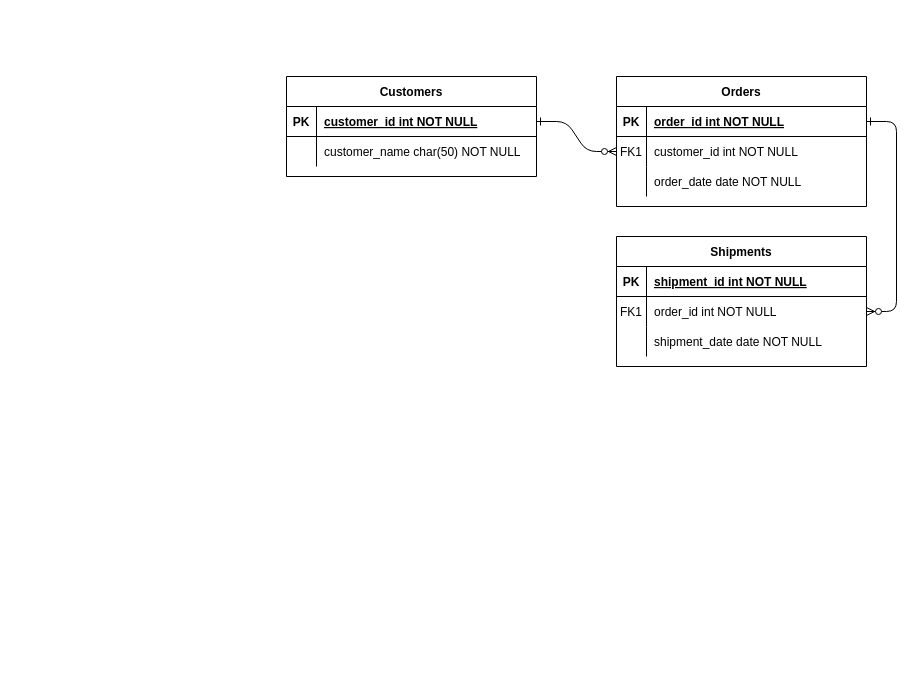
The draw.io diagram SQL入門総合問題.drawio in hie3-336/ER-draw.io, before the edit. Source tidied: cells renumbered, new cells numbered last; positions are measured from the earlier drawing's top-left corner, leaving out a move shared by most shapes. Both pictures are drawn from the tidied source at 100%, with x=0, y=0 at pixel (286, 76).
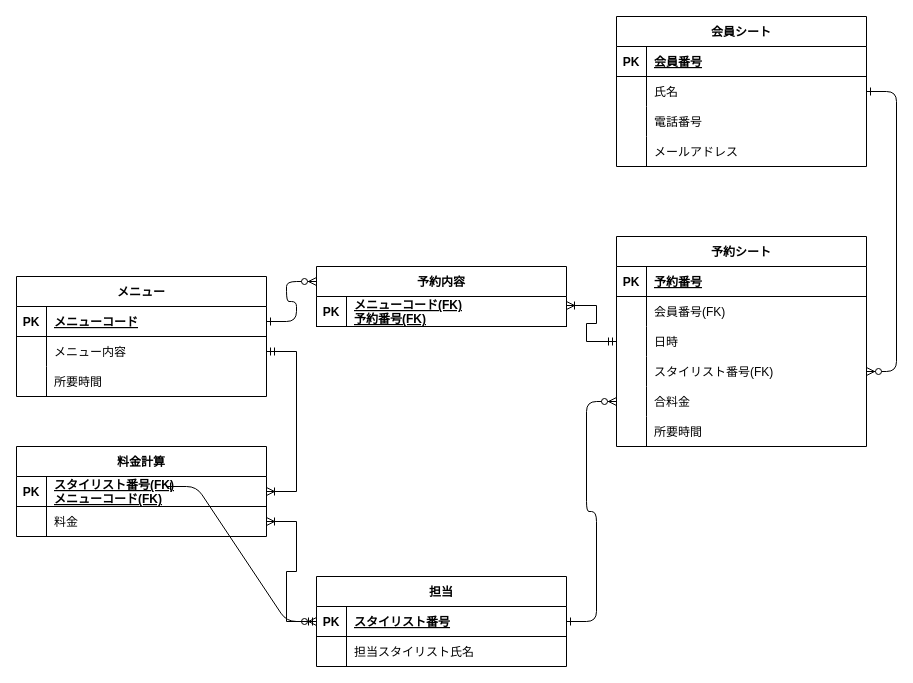
The same page after the edit.

Commit message:
SQL入門総合問題.drawio を更新します

Unchanged cells that the change refers to:
```xml
<mxCell id="5" style="shape=partialRectangle;fillColor=none;points=[[0,0.5],[1,0.5]];portConstraint=eastwest;top=0;left=0;right=0;bottom=1;" parent="4" vertex="1">
  <mxGeometry y="30" width="250" height="30" as="geometry" />
</mxCell>
<mxCell id="8" style="shape=partialRectangle;fillColor=none;points=[[0,0.5],[1,0.5]];portConstraint=eastwest;top=0;left=0;right=0;bottom=0;" parent="4" vertex="1">
  <mxGeometry y="60" width="250" height="30" as="geometry" />
</mxCell>
<mxCell id="11" style="shape=partialRectangle;fillColor=none;top=0;left=0;right=0;bottom=0;" parent="4" vertex="1">
  <mxGeometry y="90" width="250" height="30" as="geometry" />
</mxCell>
<mxCell id="15" style="shape=partialRectangle;fillColor=none;top=0;left=0;right=0;bottom=1;" parent="14" vertex="1">
  <mxGeometry y="30" width="250" height="30" as="geometry" />
</mxCell>
<mxCell id="18" style="shape=partialRectangle;fillColor=none;points=[[0,0.5],[1,0.5]];portConstraint=eastwest;top=0;left=0;right=0;bottom=0;" parent="14" vertex="1">
  <mxGeometry y="60" width="250" height="30" as="geometry" />
</mxCell>
<mxCell id="25" style="shape=partialRectangle;fillColor=none;points=[[0,0.5],[1,0.5]];portConstraint=eastwest;top=0;left=0;right=0;bottom=1;" parent="24" vertex="1">
  <mxGeometry y="30" width="250" height="30" as="geometry" />
</mxCell>
<mxCell id="28" style="shape=partialRectangle;fillColor=none;top=0;left=0;right=0;bottom=0;" parent="24" vertex="1">
  <mxGeometry y="60" width="250" height="30" as="geometry" />
</mxCell>
```

Change to the diagram source:
```diff
@@
-    <mxCell id="2" style="edgeStyle=entityRelationEdgeStyle;endArrow=ERzeroToMany;startArrow=ERone;endFill=1;startFill=0;" parent="1" edge="1" source="25" target="8">
-      <mxGeometry relative="1" as="geometry" />
-    </mxCell>
-    <mxCell id="3" style="edgeStyle=entityRelationEdgeStyle;endArrow=ERzeroToMany;startArrow=ERone;endFill=1;startFill=0;" parent="1" edge="1" source="5" target="18">
+    <mxCell id="3" style="edgeStyle=entityRelationEdgeStyle;endArrow=ERzeroToMany;startArrow=ERone;endFill=1;startFill=0;exitX=1;exitY=0.5;exitDx=0;exitDy=0;entryX=1;entryY=0.5;entryDx=0;entryDy=0;" parent="1" edge="1" source="8" target="37">
       <mxGeometry relative="1" as="geometry" />
     </mxCell>
-    <mxCell id="4" value="Orders" style="shape=table;startSize=30;childLayout=tableLayout;rowLines=0;fontStyle=1;align=center;" parent="1" vertex="1">
-      <mxGeometry x="330" width="250" height="130" as="geometry" />
+    <mxCell id="4" value="会員シート" style="shape=table;startSize=30;childLayout=tableLayout;rowLines=0;fontStyle=1;align=center;" parent="1" vertex="1">
+      <mxGeometry x="330" y="-60" width="250" height="150" as="geometry" />
     </mxCell>
@@
-    <mxCell id="7" value="order_id int NOT NULL " style="shape=partialRectangle;overflow=hidden;fillColor=none;top=0;left=0;bottom=0;right=0;align=left;spacingLeft=6;fontStyle=5;" parent="5" vertex="1">
+    <mxCell id="7" value="会員番号" style="shape=partialRectangle;overflow=hidden;fillColor=none;top=0;left=0;bottom=0;right=0;align=left;spacingLeft=6;fontStyle=5;" parent="5" vertex="1">
       <mxGeometry x="30" width="220" height="30" as="geometry" />
     </mxCell>
@@
-    <mxCell id="9" value="FK1" style="shape=partialRectangle;overflow=hidden;fillColor=none;top=0;left=0;bottom=0;right=0;" parent="8" vertex="1">
+    <mxCell id="9" style="shape=partialRectangle;overflow=hidden;fillColor=none;top=0;left=0;bottom=0;right=0;" parent="8" vertex="1">
       <mxGeometry width="30" height="30" as="geometry" />
     </mxCell>
-    <mxCell id="10" value="customer_id int NOT NULL" style="shape=partialRectangle;overflow=hidden;fillColor=none;top=0;left=0;bottom=0;right=0;align=left;spacingLeft=6;" parent="8" vertex="1">
+    <mxCell id="10" value="氏名" style="shape=partialRectangle;overflow=hidden;fillColor=none;top=0;left=0;bottom=0;right=0;align=left;spacingLeft=6;" parent="8" vertex="1">
       <mxGeometry x="30" width="220" height="30" as="geometry" />
     </mxCell>
@@
-    <mxCell id="13" value="order_date date NOT NULL" style="shape=partialRectangle;overflow=hidden;fillColor=none;top=0;left=0;bottom=0;right=0;align=left;spacingLeft=6;" parent="11" vertex="1">
+    <mxCell id="13" value="電話番号" style="shape=partialRectangle;overflow=hidden;fillColor=none;top=0;left=0;bottom=0;right=0;align=left;spacingLeft=6;" parent="11" vertex="1">
       <mxGeometry x="30" width="220" height="30" as="geometry" />
     </mxCell>
+    <mxCell id="31" style="shape=partialRectangle;fillColor=none;top=0;left=0;right=0;bottom=0;" parent="4" vertex="1">
+      <mxGeometry y="120" width="250" height="30" as="geometry" />
+    </mxCell>
+    <mxCell id="32" style="shape=partialRectangle;overflow=hidden;fillColor=none;top=0;left=0;bottom=0;right=0;" parent="31" vertex="1">
+      <mxGeometry width="30" height="30" as="geometry" />
+    </mxCell>
+    <mxCell id="33" value="メールアドレス" style="shape=partialRectangle;overflow=hidden;fillColor=none;top=0;left=0;bottom=0;right=0;align=left;spacingLeft=6;" parent="31" vertex="1">
+      <mxGeometry x="30" width="220" height="30" as="geometry" />
+    </mxCell>
-    <mxCell id="14" value="Shipments" style="shape=table;startSize=30;childLayout=tableLayout;rowLines=0;fontStyle=1;align=center;" parent="1" vertex="1">
-      <mxGeometry x="330" y="160" width="250" height="130" as="geometry" />
+    <mxCell id="14" value="予約シート" style="shape=table;startSize=30;childLayout=tableLayout;rowLines=0;fontStyle=1;align=center;" parent="1" vertex="1">
+      <mxGeometry x="330" y="160" width="250" height="210" as="geometry" />
     </mxCell>
@@
-    <mxCell id="17" value="shipment_id int NOT NULL " style="shape=partialRectangle;overflow=hidden;fillColor=none;top=0;left=0;bottom=0;right=0;align=left;spacingLeft=6;fontStyle=5;" parent="15" vertex="1">
+    <mxCell id="17" value="予約番号" style="shape=partialRectangle;overflow=hidden;fillColor=none;top=0;left=0;bottom=0;right=0;align=left;spacingLeft=6;fontStyle=5;" parent="15" vertex="1">
       <mxGeometry x="30" width="220" height="30" as="geometry" />
     </mxCell>
@@
-    <mxCell id="19" value="FK1" style="shape=partialRectangle;overflow=hidden;fillColor=none;top=0;left=0;bottom=0;right=0;" parent="18" vertex="1">
+    <mxCell id="19" style="shape=partialRectangle;overflow=hidden;fillColor=none;top=0;left=0;bottom=0;right=0;" parent="18" vertex="1">
       <mxGeometry width="30" height="30" as="geometry" />
     </mxCell>
-    <mxCell id="20" value="order_id int NOT NULL" style="shape=partialRectangle;overflow=hidden;fillColor=none;top=0;left=0;bottom=0;right=0;align=left;spacingLeft=6;" parent="18" vertex="1">
+    <mxCell id="20" value="会員番号(FK)" style="shape=partialRectangle;overflow=hidden;fillColor=none;top=0;left=0;bottom=0;right=0;align=left;spacingLeft=6;" parent="18" vertex="1">
       <mxGeometry x="30" width="220" height="30" as="geometry" />
     </mxCell>
-    <mxCell id="21" style="shape=partialRectangle;fillColor=none;top=0;left=0;right=0;bottom=0;" parent="14" vertex="1">
-      <mxGeometry y="90" width="250" height="30" as="geometry" />
-    </mxCell>
-    <mxCell id="22" style="shape=partialRectangle;overflow=hidden;fillColor=none;top=0;left=0;bottom=0;right=0;" parent="21" vertex="1">
-      <mxGeometry width="30" height="30" as="geometry" />
-    </mxCell>
-    <mxCell id="23" value="shipment_date date NOT NULL" style="shape=partialRectangle;overflow=hidden;fillColor=none;top=0;left=0;bottom=0;right=0;align=left;spacingLeft=6;" parent="21" vertex="1">
-      <mxGeometry x="30" width="220" height="30" as="geometry" />
-    </mxCell>
+    <mxCell id="34" style="shape=partialRectangle;fillColor=none;points=[[0,0.5],[1,0.5]];portConstraint=eastwest;top=0;left=0;right=0;bottom=0;" parent="14" vertex="1">
+      <mxGeometry y="90" width="250" height="30" as="geometry" />
+    </mxCell>
+    <mxCell id="35" style="shape=partialRectangle;overflow=hidden;fillColor=none;top=0;left=0;bottom=0;right=0;" parent="34" vertex="1">
+      <mxGeometry width="30" height="30" as="geometry" />
+    </mxCell>
+    <mxCell id="36" value="日時" style="shape=partialRectangle;overflow=hidden;fillColor=none;top=0;left=0;bottom=0;right=0;align=left;spacingLeft=6;" parent="34" vertex="1">
+      <mxGeometry x="30" width="220" height="30" as="geometry" />
+    </mxCell>
+    <mxCell id="37" style="shape=partialRectangle;fillColor=none;points=[[0,0.5],[1,0.5]];portConstraint=eastwest;top=0;left=0;right=0;bottom=0;" parent="14" vertex="1">
+      <mxGeometry y="120" width="250" height="30" as="geometry" />
+    </mxCell>
+    <mxCell id="38" style="shape=partialRectangle;overflow=hidden;fillColor=none;top=0;left=0;bottom=0;right=0;" parent="37" vertex="1">
+      <mxGeometry width="30" height="30" as="geometry" />
+    </mxCell>
+    <mxCell id="39" value="スタイリスト番号(FK)" style="shape=partialRectangle;overflow=hidden;fillColor=none;top=0;left=0;bottom=0;right=0;align=left;spacingLeft=6;" parent="37" vertex="1">
+      <mxGeometry x="30" width="220" height="30" as="geometry" />
+    </mxCell>
+    <mxCell id="40" style="shape=partialRectangle;fillColor=none;points=[[0,0.5],[1,0.5]];portConstraint=eastwest;top=0;left=0;right=0;bottom=0;" parent="14" vertex="1">
+      <mxGeometry y="150" width="250" height="30" as="geometry" />
+    </mxCell>
+    <mxCell id="41" style="shape=partialRectangle;overflow=hidden;fillColor=none;top=0;left=0;bottom=0;right=0;" parent="40" vertex="1">
+      <mxGeometry width="30" height="30" as="geometry" />
+    </mxCell>
+    <mxCell id="42" value="合料金" style="shape=partialRectangle;overflow=hidden;fillColor=none;top=0;left=0;bottom=0;right=0;align=left;spacingLeft=6;" parent="40" vertex="1">
+      <mxGeometry x="30" width="220" height="30" as="geometry" />
+    </mxCell>
+    <mxCell id="43" style="shape=partialRectangle;fillColor=none;top=0;left=0;right=0;bottom=0;" parent="14" vertex="1">
+      <mxGeometry y="180" width="250" height="30" as="geometry" />
+    </mxCell>
+    <mxCell id="44" style="shape=partialRectangle;overflow=hidden;fillColor=none;top=0;left=0;bottom=0;right=0;" parent="43" vertex="1">
+      <mxGeometry width="30" height="30" as="geometry" />
+    </mxCell>
+    <mxCell id="45" value="所要時間" style="shape=partialRectangle;overflow=hidden;fillColor=none;top=0;left=0;bottom=0;right=0;align=left;spacingLeft=6;" parent="43" vertex="1">
+      <mxGeometry x="30" width="220" height="30" as="geometry" />
+    </mxCell>
-    <mxCell id="24" value="Customers" style="shape=table;startSize=30;childLayout=tableLayout;rowLines=0;fontStyle=1;align=center;" parent="1" vertex="1">
-      <mxGeometry width="250" height="100" as="geometry" />
+    <mxCell id="24" value="担当" style="shape=table;startSize=30;childLayout=tableLayout;rowLines=0;fontStyle=1;align=center;" parent="1" vertex="1">
+      <mxGeometry x="30" y="500" width="250" height="90" as="geometry" />
     </mxCell>
@@
-    <mxCell id="27" value="customer_id int NOT NULL " style="shape=partialRectangle;overflow=hidden;fillColor=none;top=0;left=0;bottom=0;right=0;align=left;spacingLeft=6;fontStyle=5;" parent="25" vertex="1">
+    <mxCell id="27" value="スタイリスト番号" style="shape=partialRectangle;overflow=hidden;fillColor=none;top=0;left=0;bottom=0;right=0;align=left;spacingLeft=6;fontStyle=5;" parent="25" vertex="1">
       <mxGeometry x="30" width="220" height="30" as="geometry" />
     </mxCell>
@@
-    <mxCell id="30" value="customer_name char(50) NOT NULL" style="shape=partialRectangle;overflow=hidden;fillColor=none;top=0;left=0;bottom=0;right=0;align=left;spacingLeft=6;" parent="28" vertex="1">
+    <mxCell id="30" value="担当スタイリスト氏名" style="shape=partialRectangle;overflow=hidden;fillColor=none;top=0;left=0;bottom=0;right=0;align=left;spacingLeft=6;" parent="28" vertex="1">
       <mxGeometry x="30" width="220" height="30" as="geometry" />
     </mxCell>
+    <mxCell id="46" value="メニュー" style="shape=table;startSize=30;childLayout=tableLayout;rowLines=0;fontStyle=1;align=center;" parent="1" vertex="1">
+      <mxGeometry x="-270" y="200" width="250" height="120" as="geometry" />
+    </mxCell>
+    <mxCell id="47" style="shape=partialRectangle;fillColor=none;points=[[0,0.5],[1,0.5]];portConstraint=eastwest;top=0;left=0;right=0;bottom=1;" parent="46" vertex="1">
+      <mxGeometry y="30" width="250" height="30" as="geometry" />
+    </mxCell>
+    <mxCell id="48" value="PK" style="shape=partialRectangle;overflow=hidden;fillColor=none;top=0;left=0;bottom=0;right=0;fontStyle=1;" parent="47" vertex="1">
+      <mxGeometry width="30" height="30" as="geometry" />
+    </mxCell>
+    <mxCell id="49" value="メニューコード" style="shape=partialRectangle;overflow=hidden;fillColor=none;top=0;left=0;bottom=0;right=0;align=left;spacingLeft=6;fontStyle=5;" parent="47" vertex="1">
+      <mxGeometry x="30" width="220" height="30" as="geometry" />
+    </mxCell>
+    <mxCell id="50" style="shape=partialRectangle;fillColor=none;points=[[0,0.5],[1,0.5]];portConstraint=eastwest;top=0;left=0;right=0;bottom=0;" parent="46" vertex="1">
+      <mxGeometry y="60" width="250" height="30" as="geometry" />
+    </mxCell>
+    <mxCell id="51" style="shape=partialRectangle;overflow=hidden;fillColor=none;top=0;left=0;bottom=0;right=0;" parent="50" vertex="1">
+      <mxGeometry width="30" height="30" as="geometry" />
+    </mxCell>
+    <mxCell id="52" value="メニュー内容" style="shape=partialRectangle;overflow=hidden;fillColor=none;top=0;left=0;bottom=0;right=0;align=left;spacingLeft=6;" parent="50" vertex="1">
+      <mxGeometry x="30" width="220" height="30" as="geometry" />
+    </mxCell>
+    <mxCell id="53" style="shape=partialRectangle;fillColor=none;top=0;left=0;right=0;bottom=0;" parent="46" vertex="1">
+      <mxGeometry y="90" width="250" height="30" as="geometry" />
+    </mxCell>
+    <mxCell id="54" style="shape=partialRectangle;overflow=hidden;fillColor=none;top=0;left=0;bottom=0;right=0;" parent="53" vertex="1">
+      <mxGeometry width="30" height="30" as="geometry" />
+    </mxCell>
+    <mxCell id="55" value="所要時間" style="shape=partialRectangle;overflow=hidden;fillColor=none;top=0;left=0;bottom=0;right=0;align=left;spacingLeft=6;" parent="53" vertex="1">
+      <mxGeometry x="30" width="220" height="30" as="geometry" />
+    </mxCell>
+    <mxCell id="56" value="予約内容" style="shape=table;startSize=30;childLayout=tableLayout;rowLines=0;fontStyle=1;align=center;" parent="1" vertex="1">
+      <mxGeometry x="30" y="190" width="250" height="60" as="geometry" />
+    </mxCell>
+    <mxCell id="57" style="shape=partialRectangle;fillColor=none;points=[[0,0.5],[1,0.5]];portConstraint=eastwest;top=0;left=0;right=0;bottom=1;" parent="56" vertex="1">
+      <mxGeometry y="30" width="250" height="30" as="geometry" />
+    </mxCell>
+    <mxCell id="58" value="PK" style="shape=partialRectangle;overflow=hidden;fillColor=none;top=0;left=0;bottom=0;right=0;fontStyle=1;" parent="57" vertex="1">
+      <mxGeometry width="30" height="30" as="geometry" />
+    </mxCell>
+    <mxCell id="59" value="メニューコード(FK)&#10;予約番号(FK)" style="shape=partialRectangle;overflow=hidden;fillColor=none;top=0;left=0;bottom=0;right=0;align=left;spacingLeft=6;fontStyle=5;" parent="57" vertex="1">
+      <mxGeometry x="30" width="220" height="30" as="geometry" />
+    </mxCell>
+    <mxCell id="60" style="edgeStyle=entityRelationEdgeStyle;fontSize=12;html=1;endArrow=ERoneToMany;startArrow=ERmandOne;rounded=0;exitX=0;exitY=0.5;exitDx=0;exitDy=0;entryX=1;entryY=0.3;entryDx=0;entryDy=0;entryPerimeter=0;" parent="1" edge="1" source="34" target="57">
+      <mxGeometry relative="1" as="geometry">
+        <Array as="points">
+          <mxPoint x="170" y="345" />
+        </Array>
+      </mxGeometry>
+    </mxCell>
+    <mxCell id="61" style="edgeStyle=entityRelationEdgeStyle;endArrow=ERzeroToMany;startArrow=ERone;endFill=1;startFill=0;exitX=1;exitY=0.5;exitDx=0;exitDy=0;entryX=0;entryY=0.5;entryDx=0;entryDy=0;" parent="1" edge="1" source="25" target="40">
+      <mxGeometry relative="1" as="geometry" />
+    </mxCell>
+    <mxCell id="62" style="edgeStyle=entityRelationEdgeStyle;endArrow=ERzeroToMany;startArrow=ERone;endFill=1;startFill=0;exitX=1;exitY=0.5;exitDx=0;exitDy=0;entryX=0;entryY=0.5;entryDx=0;entryDy=0;" parent="1" edge="1" target="25">
+      <mxGeometry relative="1" as="geometry">
+        <mxPoint x="-120" y="410" as="sourcePoint" />
+      </mxGeometry>
+    </mxCell>
+    <mxCell id="63" value="料金計算" style="shape=table;startSize=30;childLayout=tableLayout;rowLines=0;fontStyle=1;align=center;" parent="1" vertex="1">
+      <mxGeometry x="-270" y="370" width="250" height="90" as="geometry" />
+    </mxCell>
+    <mxCell id="64" style="shape=partialRectangle;fillColor=none;points=[[0,0.5],[1,0.5]];portConstraint=eastwest;top=0;left=0;right=0;bottom=1;" parent="63" vertex="1">
+      <mxGeometry y="30" width="250" height="30" as="geometry" />
+    </mxCell>
+    <mxCell id="65" value="PK" style="shape=partialRectangle;overflow=hidden;fillColor=none;top=0;left=0;bottom=0;right=0;fontStyle=1;" parent="64" vertex="1">
+      <mxGeometry width="30" height="30" as="geometry" />
+    </mxCell>
+    <mxCell id="66" value="スタイリスト番号(FK)&#10;メニューコード(FK)" style="shape=partialRectangle;overflow=hidden;fillColor=none;top=0;left=0;bottom=0;right=0;align=left;spacingLeft=6;fontStyle=5;" parent="64" vertex="1">
+      <mxGeometry x="30" width="220" height="30" as="geometry" />
+    </mxCell>
+    <mxCell id="67" style="shape=partialRectangle;fillColor=none;points=[[0,0.5],[1,0.5]];portConstraint=eastwest;top=0;left=0;right=0;bottom=0;" parent="63" vertex="1">
+      <mxGeometry y="60" width="250" height="30" as="geometry" />
+    </mxCell>
+    <mxCell id="68" style="shape=partialRectangle;overflow=hidden;fillColor=none;top=0;left=0;bottom=0;right=0;" parent="67" vertex="1">
+      <mxGeometry width="30" height="30" as="geometry" />
+    </mxCell>
+    <mxCell id="69" value="料金" style="shape=partialRectangle;overflow=hidden;fillColor=none;top=0;left=0;bottom=0;right=0;align=left;spacingLeft=6;" parent="67" vertex="1">
+      <mxGeometry x="30" width="220" height="30" as="geometry" />
+    </mxCell>
+    <mxCell id="70" style="edgeStyle=entityRelationEdgeStyle;endArrow=ERzeroToMany;startArrow=ERone;endFill=1;startFill=0;exitX=1;exitY=0.5;exitDx=0;exitDy=0;entryX=0;entryY=0.25;entryDx=0;entryDy=0;" parent="1" edge="1" source="47" target="56">
+      <mxGeometry relative="1" as="geometry" />
+    </mxCell>
+    <mxCell id="71" style="edgeStyle=entityRelationEdgeStyle;fontSize=12;html=1;endArrow=ERoneToMany;startArrow=ERmandOne;rounded=0;exitX=0;exitY=0.5;exitDx=0;exitDy=0;entryX=1;entryY=0.5;entryDx=0;entryDy=0;" parent="1" edge="1" source="25" target="67">
+      <mxGeometry relative="1" as="geometry">
+        <Array as="points">
+          <mxPoint x="-210" y="616" />
+        </Array>
+      </mxGeometry>
+    </mxCell>
+    <mxCell id="72" style="edgeStyle=entityRelationEdgeStyle;fontSize=12;html=1;endArrow=ERoneToMany;startArrow=ERmandOne;rounded=0;exitX=1;exitY=0.5;exitDx=0;exitDy=0;entryX=1;entryY=0.5;entryDx=0;entryDy=0;" parent="1" edge="1" source="50" target="64">
+      <mxGeometry relative="1" as="geometry">
+        <Array as="points">
+          <mxPoint y="436" />
+        </Array>
+      </mxGeometry>
+    </mxCell>
```
